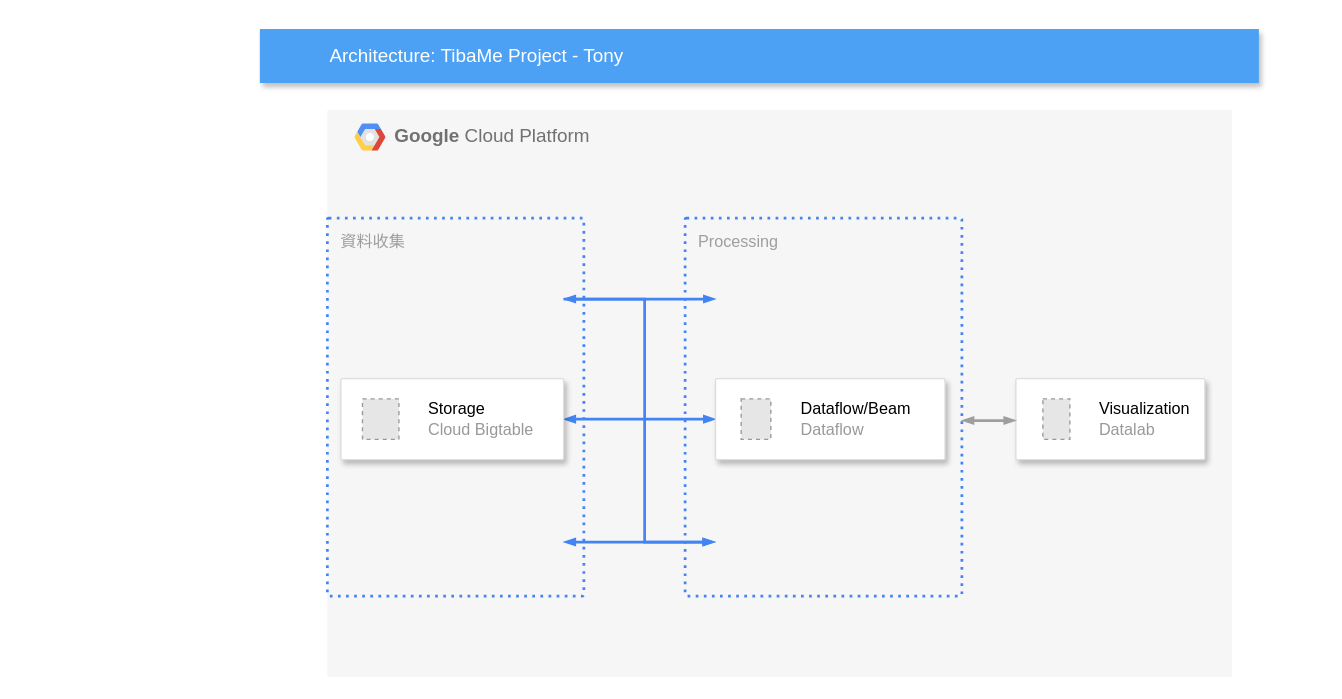
Earlier version of the draw.io diagram v0.drawio (TonyHatai/tibame_0612_1). Source tidied: cells renumbered, new cells numbered last; positions are measured from the earlier drawing's top-left corner, leaving out a move shared by most shapes. Both pictures are drawn from the tidied source at 135%, with x=0, y=0 at pixel (259, 28). Pictures stored in the file or linked from it are replaced by grey dashed boxes.
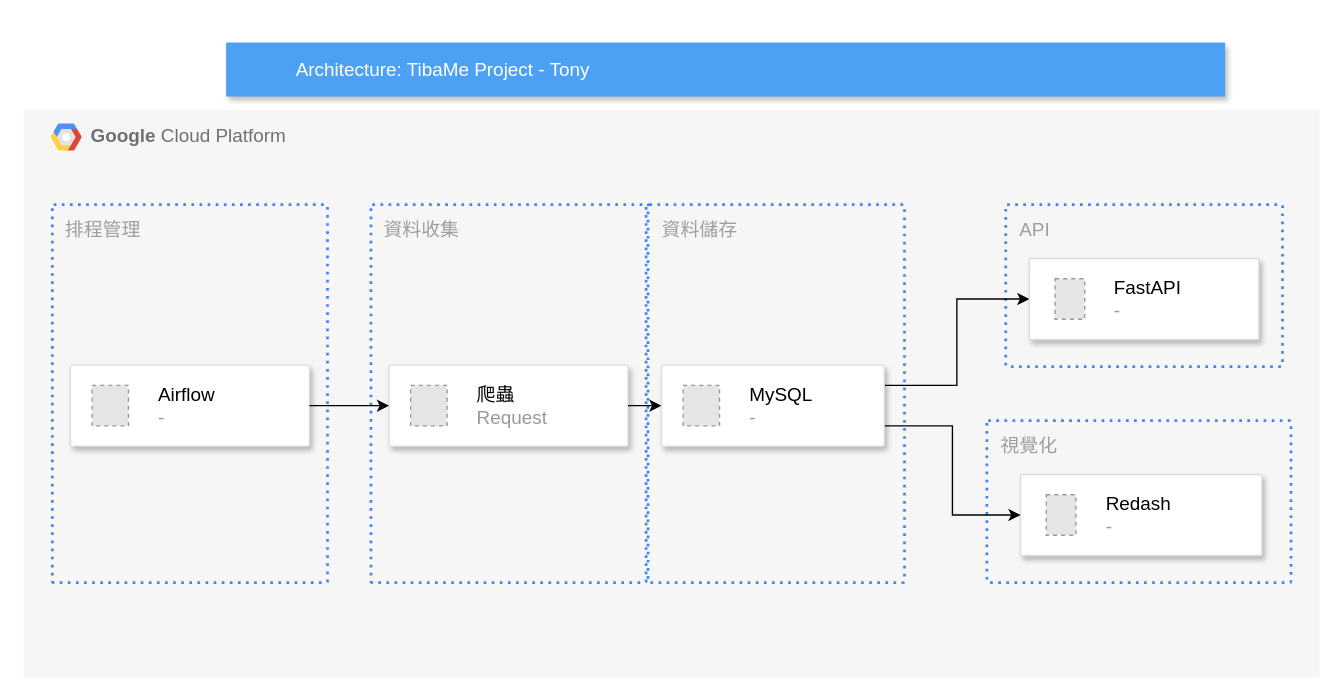
Above is the later version.

What changed in the source:
```diff
@@
     <mxCell id="2" value="&lt;b&gt;Google &lt;/b&gt;Cloud Platform" style="fillColor=#F6F6F6;strokeColor=none;shadow=0;gradientColor=none;fontSize=14;align=left;spacing=10;fontColor=#717171;9E9E9E;verticalAlign=top;spacingTop=-4;fontStyle=0;spacingLeft=40;html=1;" parent="1" vertex="1">
-      <mxGeometry x="50" y="60" width="670" height="420" as="geometry" />
+      <mxGeometry x="-175" y="60" width="960" height="420" as="geometry" />
     </mxCell>
@@
-    <mxCell id="4" style="strokeColor=#dddddd;shadow=1;strokeWidth=1;rounded=1;absoluteArcSize=1;arcSize=2;" parent="2" vertex="1">
-      <mxGeometry x="510" y="199" width="140" height="60" as="geometry" />
-    </mxCell>
-    <mxCell id="5" value="&lt;font color=&quot;#000000&quot;&gt;Visualization&lt;/font&gt;&lt;br&gt;Datalab" style="fillColor=#E6E6E6;strokeColor=#999999;dashed=1;html=1;fontColor=#999999;verticalLabelPosition=middle;verticalAlign=middle;labelPosition=right;align=left;spacingLeft=20;" parent="4" vertex="1">
-      <mxGeometry width="20" height="30" relative="1" as="geometry">
-        <mxPoint x="20" y="15" as="offset" />
-      </mxGeometry>
-    </mxCell>
+    <mxCell id="18" value="視覺化" style="rounded=1;absoluteArcSize=1;arcSize=2;html=1;strokeColor=#4284F3;gradientColor=none;shadow=0;dashed=1;fontSize=14;fontColor=#9E9E9E;align=left;verticalAlign=top;spacing=10;spacingTop=-4;fillColor=none;dashPattern=1 2;strokeWidth=2;" parent="2" vertex="1">
+      <mxGeometry x="713.5" y="230" width="225.3" height="120" as="geometry" />
+    </mxCell>
+    <mxCell id="19" style="strokeColor=#dddddd;shadow=1;strokeWidth=1;rounded=1;absoluteArcSize=1;arcSize=2;fontSize=14;" parent="2" vertex="1">
+      <mxGeometry x="738.5" y="270" width="178.7" height="60" as="geometry" />
+    </mxCell>
+    <mxCell id="20" value="&lt;font color=&quot;#000000&quot;&gt;Redash&lt;/font&gt;&lt;br&gt;-" style="fillColor=#E6E6E6;strokeColor=#999999;dashed=1;html=1;fontColor=#999999;verticalLabelPosition=middle;verticalAlign=middle;labelPosition=right;align=left;spacingLeft=20;fontSize=14;" parent="19" vertex="1">
+      <mxGeometry width="22" height="30" relative="1" as="geometry">
+        <mxPoint x="19" y="15" as="offset" />
+      </mxGeometry>
+    </mxCell>
+    <mxCell id="21" value="資料收集" style="rounded=1;absoluteArcSize=1;arcSize=2;html=1;strokeColor=#4284F3;gradientColor=none;shadow=0;dashed=1;fontSize=14;fontColor=#9E9E9E;align=left;verticalAlign=top;spacing=10;spacingTop=-4;fillColor=none;dashPattern=1 2;strokeWidth=2;" parent="2" vertex="1">
+      <mxGeometry x="257.3" y="70" width="203.8" height="280" as="geometry" />
+    </mxCell>
+    <mxCell id="22" style="strokeColor=#dddddd;shadow=1;strokeWidth=1;rounded=1;absoluteArcSize=1;arcSize=2;fontSize=14;" parent="2" vertex="1">
+      <mxGeometry x="270.7" y="189" width="177" height="60" as="geometry" />
+    </mxCell>
+    <mxCell id="23" value="&lt;font color=&quot;#000000&quot;&gt;爬蟲&lt;/font&gt;&lt;br&gt;Request" style="fillColor=#E6E6E6;strokeColor=#999999;dashed=1;html=1;fontColor=#999999;verticalLabelPosition=middle;verticalAlign=middle;labelPosition=right;align=left;spacingLeft=20;fontSize=14;" parent="22" vertex="1">
+      <mxGeometry width="27" height="30" relative="1" as="geometry">
+        <mxPoint x="16" y="15" as="offset" />
+      </mxGeometry>
+    </mxCell>
+    <mxCell id="24" value="排程管理" style="rounded=1;absoluteArcSize=1;arcSize=2;html=1;strokeColor=#4284F3;gradientColor=none;shadow=0;dashed=1;fontSize=14;fontColor=#9E9E9E;align=left;verticalAlign=top;spacing=10;spacingTop=-4;fillColor=none;dashPattern=1 2;strokeWidth=2;" parent="2" vertex="1">
+      <mxGeometry x="21.3" y="70" width="203.8" height="280" as="geometry" />
+    </mxCell>
+    <mxCell id="25" style="strokeColor=#dddddd;shadow=1;strokeWidth=1;rounded=1;absoluteArcSize=1;arcSize=2;fontSize=14;" parent="2" vertex="1">
+      <mxGeometry x="34.7" y="189" width="177" height="60" as="geometry" />
+    </mxCell>
+    <mxCell id="26" value="&lt;font color=&quot;#000000&quot;&gt;Airflow&lt;/font&gt;&lt;br&gt;-" style="fillColor=#E6E6E6;strokeColor=#999999;dashed=1;html=1;fontColor=#999999;verticalLabelPosition=middle;verticalAlign=middle;labelPosition=right;align=left;spacingLeft=20;fontSize=14;" parent="25" vertex="1">
+      <mxGeometry width="27" height="30" relative="1" as="geometry">
+        <mxPoint x="16" y="15" as="offset" />
+      </mxGeometry>
+    </mxCell>
+    <mxCell id="27" style="edgeStyle=orthogonalEdgeStyle;rounded=0;jettySize=auto;html=1;entryX=0;entryY=0.5;entryDx=0;entryDy=0;fontSize=14;exitX=1;exitY=0.5;exitDx=0;exitDy=0;" parent="2" edge="1" source="25" target="22">
+      <mxGeometry relative="1" as="geometry" />
+    </mxCell>
-    <mxCell id="6" value="Processing" style="rounded=1;absoluteArcSize=1;arcSize=2;html=1;strokeColor=#4284F3;gradientColor=none;shadow=0;dashed=1;fontSize=12;fontColor=#9E9E9E;align=left;verticalAlign=top;spacing=10;spacingTop=-4;fillColor=none;dashPattern=1 2;strokeWidth=2;" parent="1" vertex="1">
-      <mxGeometry x="315" y="140" width="205" height="280" as="geometry" />
+    <mxCell id="6" value="API" style="rounded=1;absoluteArcSize=1;arcSize=2;html=1;strokeColor=#4284F3;gradientColor=none;shadow=0;dashed=1;fontSize=14;fontColor=#9E9E9E;align=left;verticalAlign=top;spacing=10;spacingTop=-4;fillColor=none;dashPattern=1 2;strokeWidth=2;" parent="2" vertex="1">
+      <mxGeometry x="727.5" y="70" width="205" height="120" as="geometry" />
     </mxCell>
-    <mxCell id="7" value="資料收集" style="rounded=1;absoluteArcSize=1;arcSize=2;html=1;strokeColor=#4284F3;gradientColor=none;shadow=0;dashed=1;fontSize=12;fontColor=#9E9E9E;align=left;verticalAlign=top;spacing=10;spacingTop=-4;fillColor=none;dashPattern=1 2;strokeWidth=2;" parent="1" vertex="1">
-      <mxGeometry x="50" y="140" width="190" height="280" as="geometry" />
+    <mxCell id="7" value="資料儲存" style="rounded=1;absoluteArcSize=1;arcSize=2;html=1;strokeColor=#4284F3;gradientColor=none;shadow=0;dashed=1;fontSize=14;fontColor=#9E9E9E;align=left;verticalAlign=top;spacing=10;spacingTop=-4;fillColor=none;dashPattern=1 2;strokeWidth=2;" parent="2" vertex="1">
+      <mxGeometry x="462.5" y="70" width="190" height="280" as="geometry" />
     </mxCell>
-    <mxCell id="8" value="Architecture: TibaMe Project - Tony" style="fillColor=#4DA1F5;strokeColor=none;shadow=1;gradientColor=none;fontSize=14;align=left;spacingLeft=50;fontColor=#ffffff;html=1;" parent="1" vertex="1">
-      <mxGeometry width="740" height="40" as="geometry" />
-    </mxCell>
-    <mxCell id="9" style="edgeStyle=orthogonalEdgeStyle;rounded=0;html=1;labelBackgroundColor=none;startFill=1;startSize=4;endArrow=blockThin;endFill=1;endSize=4;jettySize=auto;strokeColor=#4284F3;strokeWidth=2;fontSize=12;fontColor=#000000;align=center;dashed=0;startArrow=blockThin;" parent="1" edge="1" source="14" target="16">
+    <mxCell id="9" style="edgeStyle=orthogonalEdgeStyle;rounded=0;jettySize=auto;html=1;exitX=1;exitY=0.25;exitDx=0;exitDy=0;entryX=0;entryY=0.5;entryDx=0;entryDy=0;" parent="2" edge="1" source="14" target="16">
       <mxGeometry relative="1" as="geometry" />
     </mxCell>
-    <mxCell id="10" style="edgeStyle=orthogonalEdgeStyle;rounded=0;html=1;labelBackgroundColor=none;startFill=1;startSize=4;endArrow=blockThin;endFill=1;endSize=4;jettySize=auto;orthogonalLoop=1;strokeColor=#4284F3;strokeWidth=2;fontSize=12;fontColor=#000000;align=center;dashed=0;startArrow=blockThin;" parent="1" edge="1">
-      <mxGeometry relative="1" as="geometry">
-        <mxPoint x="225" y="380" as="sourcePoint" />
-        <mxPoint x="337" y="380" as="targetPoint" />
-      </mxGeometry>
-    </mxCell>
-    <mxCell id="11" style="edgeStyle=orthogonalEdgeStyle;rounded=0;html=1;labelBackgroundColor=none;startFill=1;startSize=4;endArrow=blockThin;endFill=1;endSize=4;jettySize=auto;strokeColor=#9E9E9E;strokeWidth=2;fontSize=12;fontColor=#000000;align=center;dashed=0;startArrow=blockThin;" parent="1" edge="1" source="6" target="4">
-      <mxGeometry relative="1" as="geometry">
-        <Array as="points">
-          <mxPoint x="540" y="290" />
-          <mxPoint x="540" y="290" />
-        </Array>
-      </mxGeometry>
-    </mxCell>
-    <mxCell id="12" style="edgeStyle=orthogonalEdgeStyle;rounded=0;html=1;labelBackgroundColor=none;startFill=1;startSize=4;endArrow=blockThin;endFill=1;endSize=4;jettySize=auto;orthogonalLoop=1;strokeColor=#4284F3;strokeWidth=2;fontSize=12;fontColor=#000000;align=center;dashed=0;" parent="1" edge="1">
-      <mxGeometry relative="1" as="geometry">
-        <mxPoint x="225" y="200" as="sourcePoint" />
-        <mxPoint x="337.5" y="200" as="targetPoint" />
-      </mxGeometry>
-    </mxCell>
-    <mxCell id="13" style="edgeStyle=orthogonalEdgeStyle;rounded=0;html=1;labelBackgroundColor=none;startFill=1;startSize=4;endArrow=blockThin;endFill=1;endSize=4;jettySize=auto;orthogonalLoop=1;strokeColor=#4284F3;strokeWidth=2;fontSize=12;fontColor=#000000;align=center;dashed=0;startArrow=blockThin;" parent="1" edge="1">
-      <mxGeometry relative="1" as="geometry">
-        <mxPoint x="225" y="200" as="sourcePoint" />
-        <mxPoint x="337" y="380" as="targetPoint" />
-        <Array as="points">
-          <mxPoint x="285" y="200" />
-          <mxPoint x="285" y="380" />
-        </Array>
-      </mxGeometry>
-    </mxCell>
+    <mxCell id="28" style="edgeStyle=orthogonalEdgeStyle;rounded=0;jettySize=auto;html=1;exitX=1;exitY=0.75;exitDx=0;exitDy=0;entryX=0;entryY=0.5;entryDx=0;entryDy=0;" parent="2" edge="1" source="14" target="19">
+      <mxGeometry relative="1" as="geometry" />
+    </mxCell>
-    <mxCell id="14" style="strokeColor=#dddddd;shadow=1;strokeWidth=1;rounded=1;absoluteArcSize=1;arcSize=2;" parent="1" vertex="1">
-      <mxGeometry x="60" y="259" width="165" height="60" as="geometry" />
+    <mxCell id="14" style="strokeColor=#dddddd;shadow=1;strokeWidth=1;rounded=1;absoluteArcSize=1;arcSize=2;fontSize=14;" parent="2" vertex="1">
+      <mxGeometry x="472.5" y="189" width="165" height="60" as="geometry" />
     </mxCell>
-    <mxCell id="15" value="&lt;font color=&quot;#000000&quot;&gt;Storage&lt;/font&gt;&lt;br&gt;Cloud Bigtable" style="fillColor=#E6E6E6;strokeColor=#999999;dashed=1;html=1;fontColor=#999999;verticalLabelPosition=middle;verticalAlign=middle;labelPosition=right;align=left;spacingLeft=20;" parent="14" vertex="1">
+    <mxCell id="15" value="&lt;font color=&quot;#000000&quot;&gt;MySQL&lt;/font&gt;&lt;br&gt;-" style="fillColor=#E6E6E6;strokeColor=#999999;dashed=1;html=1;fontColor=#999999;verticalLabelPosition=middle;verticalAlign=middle;labelPosition=right;align=left;spacingLeft=20;fontSize=14;" parent="14" vertex="1">
       <mxGeometry width="27" height="30" relative="1" as="geometry">
         <mxPoint x="16" y="15" as="offset" />
       </mxGeometry>
     </mxCell>
-    <mxCell id="16" style="strokeColor=#dddddd;shadow=1;strokeWidth=1;rounded=1;absoluteArcSize=1;arcSize=2;" parent="1" vertex="1">
-      <mxGeometry x="337.5" y="259" width="170" height="60" as="geometry" />
+    <mxCell id="16" style="strokeColor=#dddddd;shadow=1;strokeWidth=1;rounded=1;absoluteArcSize=1;arcSize=2;fontSize=14;" parent="2" vertex="1">
+      <mxGeometry x="745" y="110" width="170" height="60" as="geometry" />
     </mxCell>
-    <mxCell id="17" value="&lt;font color=&quot;#000000&quot;&gt;Dataflow/Beam&lt;/font&gt;&lt;br&gt;Dataflow" style="fillColor=#E6E6E6;strokeColor=#999999;dashed=1;html=1;fontColor=#999999;verticalLabelPosition=middle;verticalAlign=middle;labelPosition=right;align=left;spacingLeft=20;" parent="16" vertex="1">
+    <mxCell id="17" value="&lt;font color=&quot;#000000&quot;&gt;FastAPI&lt;/font&gt;&lt;br&gt;-" style="fillColor=#E6E6E6;strokeColor=#999999;dashed=1;html=1;fontColor=#999999;verticalLabelPosition=middle;verticalAlign=middle;labelPosition=right;align=left;spacingLeft=20;fontSize=14;" parent="16" vertex="1">
       <mxGeometry width="22" height="30" relative="1" as="geometry">
         <mxPoint x="19" y="15" as="offset" />
       </mxGeometry>
     </mxCell>
+    <mxCell id="29" style="edgeStyle=orthogonalEdgeStyle;rounded=0;jettySize=auto;html=1;fontSize=14;" parent="2" edge="1" source="22" target="14">
+      <mxGeometry relative="1" as="geometry" />
+    </mxCell>
+    <mxCell id="8" value="Architecture: TibaMe Project - Tony" style="fillColor=#4DA1F5;strokeColor=none;shadow=1;gradientColor=none;fontSize=14;align=left;spacingLeft=50;fontColor=#ffffff;html=1;" parent="1" vertex="1">
+      <mxGeometry x="-25" y="10" width="740" height="40" as="geometry" />
+    </mxCell>
```
